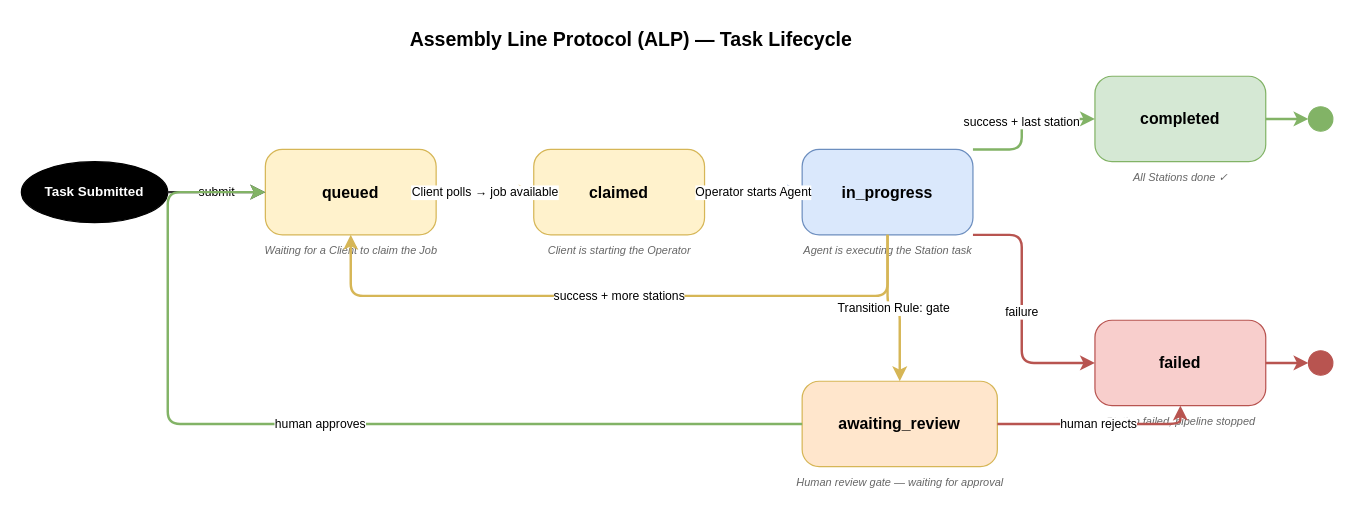
Before: 2026-03-30-draft/diagrams/task-lifecycle.drawio in pksorensen/alp-spec, a draw.io diagram. Source tidied: cells renumbered, new cells numbered last; positions are measured from the earlier drawing's top-left corner, leaving out a move shared by most shapes. Both pictures are drawn from the tidied source at 122%, with x=0, y=0 at pixel (21, 21).
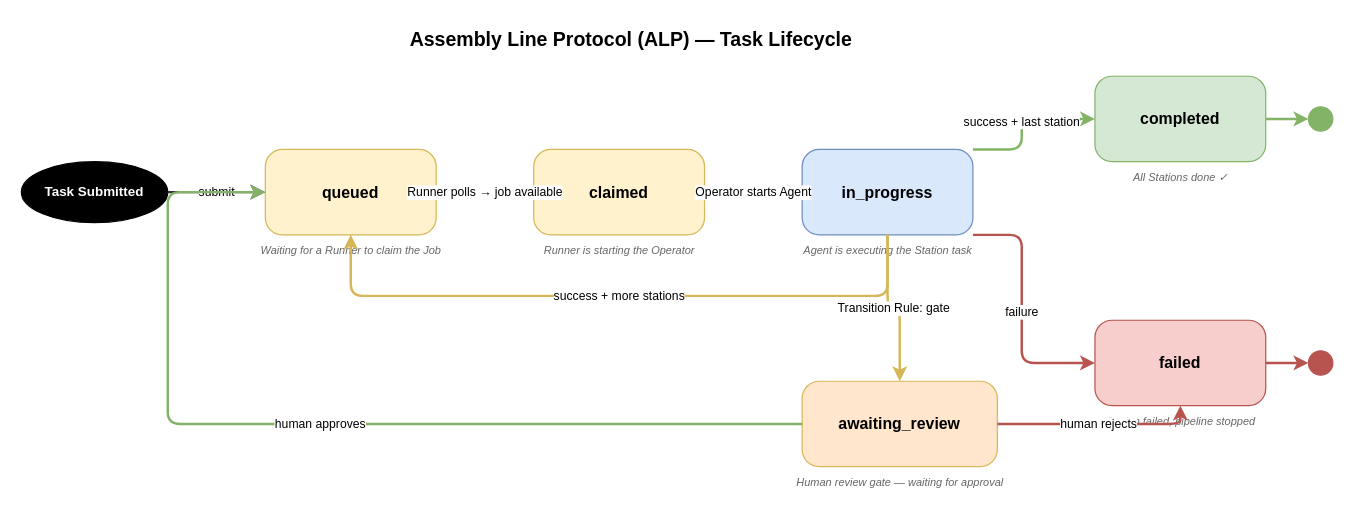
After the change.

The change refers to these unchanged cells:
```xml
<mxCell id="4" value="queued" style="rounded=1;whiteSpace=wrap;html=1;fillColor=#fff2cc;strokeColor=#d6b656;fontSize=13;fontStyle=1;arcSize=20;" parent="1" vertex="1">
  <mxGeometry x="200" y="105" width="140" height="70" as="geometry" />
</mxCell>
<mxCell id="5" value="claimed" style="rounded=1;whiteSpace=wrap;html=1;fillColor=#fff2cc;strokeColor=#d6b656;fontSize=13;fontStyle=1;arcSize=20;" parent="1" vertex="1">
  <mxGeometry x="420" y="105" width="140" height="70" as="geometry" />
</mxCell>
```

What changed in the source:
```diff
@@
-    <mxCell id="10" value="Waiting for a Client to claim the Job" style="text;html=1;strokeColor=none;fillColor=none;align=center;verticalAlign=middle;fontSize=9;fontColor=#666666;fontStyle=2;" parent="1" vertex="1">
+    <mxCell id="10" value="Waiting for a Runner to claim the Job" style="text;html=1;strokeColor=none;fillColor=none;align=center;verticalAlign=middle;fontSize=9;fontColor=#666666;fontStyle=2;" parent="1" vertex="1">
       <mxGeometry x="185" y="178" width="170" height="20" as="geometry" />
     </mxCell>
-    <mxCell id="11" value="Client is starting the Operator" style="text;html=1;strokeColor=none;fillColor=none;align=center;verticalAlign=middle;fontSize=9;fontColor=#666666;fontStyle=2;" parent="1" vertex="1">
+    <mxCell id="11" value="Runner is starting the Operator" style="text;html=1;strokeColor=none;fillColor=none;align=center;verticalAlign=middle;fontSize=9;fontColor=#666666;fontStyle=2;" parent="1" vertex="1">
       <mxGeometry x="405" y="178" width="170" height="20" as="geometry" />
     </mxCell>
@@
-    <mxCell id="17" value="Client polls → job available" style="edgeStyle=orthogonalEdgeStyle;html=1;strokeColor=#d6b656;strokeWidth=2;fontSize=10;" parent="1" edge="1" source="4" target="5">
+    <mxCell id="17" value="Runner polls → job available" style="edgeStyle=orthogonalEdgeStyle;html=1;strokeColor=#d6b656;strokeWidth=2;fontSize=10;" parent="1" edge="1" source="4" target="5">
       <mxGeometry relative="1" as="geometry" />
     </mxCell>
```
